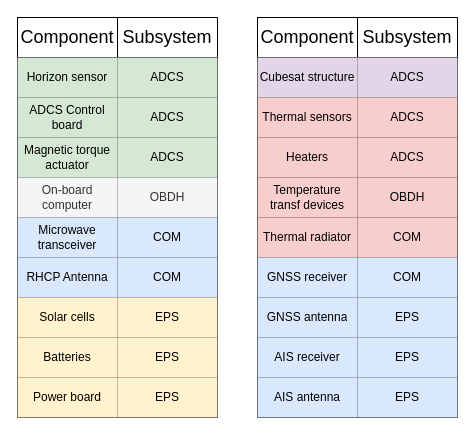
Above: sat3-components.drawio in javijnb/LPRO_diagrams (draw.io), before the change. Source tidied: cells renumbered, new cells numbered last; positions are measured from the earlier drawing's top-left corner, leaving out a move shared by most shapes. Both pictures are drawn from the tidied source at 100%, with x=0, y=0 at pixel (17, 17).
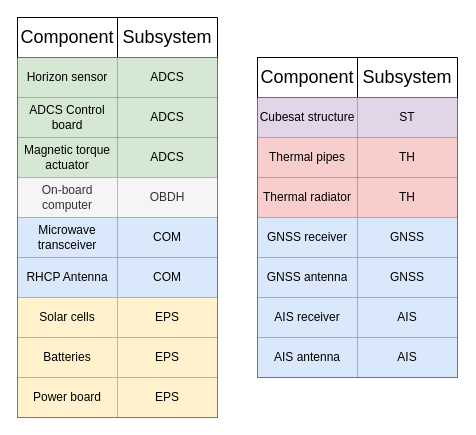
Above is the later version.

The change refers to these unchanged cells:
```xml
<mxCell id="37" style="shape=tableRow;horizontal=0;startSize=0;swimlaneHead=0;swimlaneBody=0;strokeColor=inherit;top=0;left=0;bottom=0;right=0;fillColor=none;" parent="33" vertex="1">
  <mxGeometry y="40" width="200" height="40" as="geometry" />
</mxCell>
<mxCell id="40" style="shape=tableRow;horizontal=0;startSize=0;swimlaneHead=0;swimlaneBody=0;strokeColor=inherit;top=0;left=0;bottom=0;right=0;fillColor=none;" parent="33" vertex="1">
  <mxGeometry y="80" width="200" height="40" as="geometry" />
</mxCell>
```

Diff of the diagram source:
```diff
@@
     <mxCell id="33" style="shape=table;startSize=0;childLayout=tableLayout;" parent="1" vertex="1">
-      <mxGeometry x="240" width="200" height="400" as="geometry" />
+      <mxGeometry x="240" y="40" width="200" height="320" as="geometry" />
     </mxCell>
@@
-    <mxCell id="39" value="ADCS" style="shape=partialRectangle;html=1;whiteSpace=wrap;strokeColor=#000000;overflow=hidden;fillColor=#e1d5e7;top=0;left=0;bottom=0;right=0;strokeWidth=3;perimeterSpacing=1;" parent="37" vertex="1">
+    <mxCell id="39" value="ST" style="shape=partialRectangle;html=1;whiteSpace=wrap;strokeColor=#000000;overflow=hidden;fillColor=#e1d5e7;top=0;left=0;bottom=0;right=0;strokeWidth=3;perimeterSpacing=1;" parent="37" vertex="1">
       <mxGeometry x="100" width="100" height="40" as="geometry" />
     </mxCell>
@@
-    <mxCell id="41" value="Thermal sensors" style="shape=partialRectangle;html=1;whiteSpace=wrap;strokeColor=#b85450;overflow=hidden;fillColor=#f8cecc;top=0;left=0;bottom=0;right=0;" parent="40" vertex="1">
+    <mxCell id="41" value="Thermal pipes" style="shape=partialRectangle;html=1;whiteSpace=wrap;strokeColor=#b85450;overflow=hidden;fillColor=#f8cecc;top=0;left=0;bottom=0;right=0;" parent="40" vertex="1">
       <mxGeometry width="100" height="40" as="geometry" />
     </mxCell>
-    <mxCell id="42" value="ADCS" style="shape=partialRectangle;html=1;whiteSpace=wrap;strokeColor=#b85450;overflow=hidden;fillColor=#f8cecc;top=0;left=0;bottom=0;right=0;" parent="40" vertex="1">
+    <mxCell id="42" value="TH" style="shape=partialRectangle;html=1;whiteSpace=wrap;strokeColor=#b85450;overflow=hidden;fillColor=#f8cecc;top=0;left=0;bottom=0;right=0;" parent="40" vertex="1">
       <mxGeometry x="100" width="100" height="40" as="geometry" />
     </mxCell>
-    <mxCell id="43" style="shape=tableRow;horizontal=0;startSize=0;swimlaneHead=0;swimlaneBody=0;strokeColor=inherit;top=0;left=0;bottom=0;right=0;fillColor=none;" parent="33" vertex="1">
-      <mxGeometry y="120" width="200" height="40" as="geometry" />
-    </mxCell>
-    <mxCell id="44" value="Heaters" style="shape=partialRectangle;html=1;whiteSpace=wrap;strokeColor=#b85450;overflow=hidden;fillColor=#f8cecc;top=0;left=0;bottom=0;right=0;" parent="43" vertex="1">
-      <mxGeometry width="100" height="40" as="geometry" />
-    </mxCell>
-    <mxCell id="45" value="ADCS" style="shape=partialRectangle;html=1;whiteSpace=wrap;strokeColor=#b85450;overflow=hidden;fillColor=#f8cecc;top=0;left=0;bottom=0;right=0;" parent="43" vertex="1">
-      <mxGeometry x="100" width="100" height="40" as="geometry" />
-    </mxCell>
-    <mxCell id="46" style="shape=tableRow;horizontal=0;startSize=0;swimlaneHead=0;swimlaneBody=0;strokeColor=inherit;top=0;left=0;bottom=0;right=0;fillColor=none;" parent="33" vertex="1">
-      <mxGeometry y="160" width="200" height="40" as="geometry" />
-    </mxCell>
-    <mxCell id="47" value="Temperature transf devices" style="shape=partialRectangle;html=1;whiteSpace=wrap;strokeColor=#b85450;overflow=hidden;fillColor=#f8cecc;top=0;left=0;bottom=0;right=0;" parent="46" vertex="1">
-      <mxGeometry width="100" height="40" as="geometry" />
-    </mxCell>
-    <mxCell id="48" value="OBDH" style="shape=partialRectangle;html=1;whiteSpace=wrap;strokeColor=#b85450;overflow=hidden;fillColor=#f8cecc;top=0;left=0;bottom=0;right=0;" parent="46" vertex="1">
-      <mxGeometry x="100" width="100" height="40" as="geometry" />
-    </mxCell>
     <mxCell id="49" style="shape=tableRow;horizontal=0;startSize=0;swimlaneHead=0;swimlaneBody=0;strokeColor=inherit;top=0;left=0;bottom=0;right=0;fillColor=none;" parent="33" vertex="1">
-      <mxGeometry y="200" width="200" height="40" as="geometry" />
+      <mxGeometry y="120" width="200" height="40" as="geometry" />
     </mxCell>
@@
-    <mxCell id="51" value="COM" style="shape=partialRectangle;html=1;whiteSpace=wrap;strokeColor=#b85450;overflow=hidden;fillColor=#f8cecc;top=0;left=0;bottom=0;right=0;" parent="49" vertex="1">
+    <mxCell id="51" value="TH" style="shape=partialRectangle;html=1;whiteSpace=wrap;strokeColor=#b85450;overflow=hidden;fillColor=#f8cecc;top=0;left=0;bottom=0;right=0;" parent="49" vertex="1">
       <mxGeometry x="100" width="100" height="40" as="geometry" />
     </mxCell>
     <mxCell id="52" style="shape=tableRow;horizontal=0;startSize=0;swimlaneHead=0;swimlaneBody=0;strokeColor=inherit;top=0;left=0;bottom=0;right=0;fillColor=none;" parent="33" vertex="1">
-      <mxGeometry y="240" width="200" height="40" as="geometry" />
+      <mxGeometry y="160" width="200" height="40" as="geometry" />
     </mxCell>
@@
-    <mxCell id="54" value="COM" style="shape=partialRectangle;html=1;whiteSpace=wrap;strokeColor=default;overflow=hidden;fillColor=#dae8fc;top=0;left=0;bottom=0;right=0;" parent="52" vertex="1">
+    <mxCell id="54" value="GNSS" style="shape=partialRectangle;html=1;whiteSpace=wrap;strokeColor=default;overflow=hidden;fillColor=#dae8fc;top=0;left=0;bottom=0;right=0;" parent="52" vertex="1">
       <mxGeometry x="100" width="100" height="40" as="geometry" />
     </mxCell>
     <mxCell id="55" style="shape=tableRow;horizontal=0;startSize=0;swimlaneHead=0;swimlaneBody=0;strokeColor=inherit;top=0;left=0;bottom=0;right=0;fillColor=none;" parent="33" vertex="1">
-      <mxGeometry y="280" width="200" height="40" as="geometry" />
+      <mxGeometry y="200" width="200" height="40" as="geometry" />
     </mxCell>
@@
-    <mxCell id="57" value="EPS" style="shape=partialRectangle;html=1;whiteSpace=wrap;strokeColor=#6c8ebf;overflow=hidden;fillColor=#dae8fc;top=0;left=0;bottom=0;right=0;" parent="55" vertex="1">
+    <mxCell id="57" value="GNSS" style="shape=partialRectangle;html=1;whiteSpace=wrap;strokeColor=#6c8ebf;overflow=hidden;fillColor=#dae8fc;top=0;left=0;bottom=0;right=0;" parent="55" vertex="1">
       <mxGeometry x="100" width="100" height="40" as="geometry" />
     </mxCell>
     <mxCell id="58" style="shape=tableRow;horizontal=0;startSize=0;swimlaneHead=0;swimlaneBody=0;strokeColor=inherit;top=0;left=0;bottom=0;right=0;fillColor=none;" parent="33" vertex="1">
-      <mxGeometry y="320" width="200" height="40" as="geometry" />
+      <mxGeometry y="240" width="200" height="40" as="geometry" />
     </mxCell>
@@
-    <mxCell id="60" value="EPS" style="shape=partialRectangle;html=1;whiteSpace=wrap;strokeColor=#6c8ebf;overflow=hidden;fillColor=#dae8fc;top=0;left=0;bottom=0;right=0;" parent="58" vertex="1">
+    <mxCell id="60" value="AIS" style="shape=partialRectangle;html=1;whiteSpace=wrap;strokeColor=#6c8ebf;overflow=hidden;fillColor=#dae8fc;top=0;left=0;bottom=0;right=0;" parent="58" vertex="1">
       <mxGeometry x="100" width="100" height="40" as="geometry" />
     </mxCell>
     <mxCell id="61" style="shape=tableRow;horizontal=0;startSize=0;swimlaneHead=0;swimlaneBody=0;strokeColor=inherit;top=0;left=0;bottom=0;right=0;fillColor=none;" parent="33" vertex="1">
-      <mxGeometry y="360" width="200" height="40" as="geometry" />
+      <mxGeometry y="280" width="200" height="40" as="geometry" />
     </mxCell>
@@
-    <mxCell id="63" value="EPS" style="shape=partialRectangle;html=1;whiteSpace=wrap;strokeColor=#6c8ebf;overflow=hidden;fillColor=#dae8fc;top=0;left=0;bottom=0;right=0;" parent="61" vertex="1">
+    <mxCell id="63" value="AIS" style="shape=partialRectangle;html=1;whiteSpace=wrap;strokeColor=#6c8ebf;overflow=hidden;fillColor=#dae8fc;top=0;left=0;bottom=0;right=0;" parent="61" vertex="1">
       <mxGeometry x="100" width="100" height="40" as="geometry" />
     </mxCell>
```
